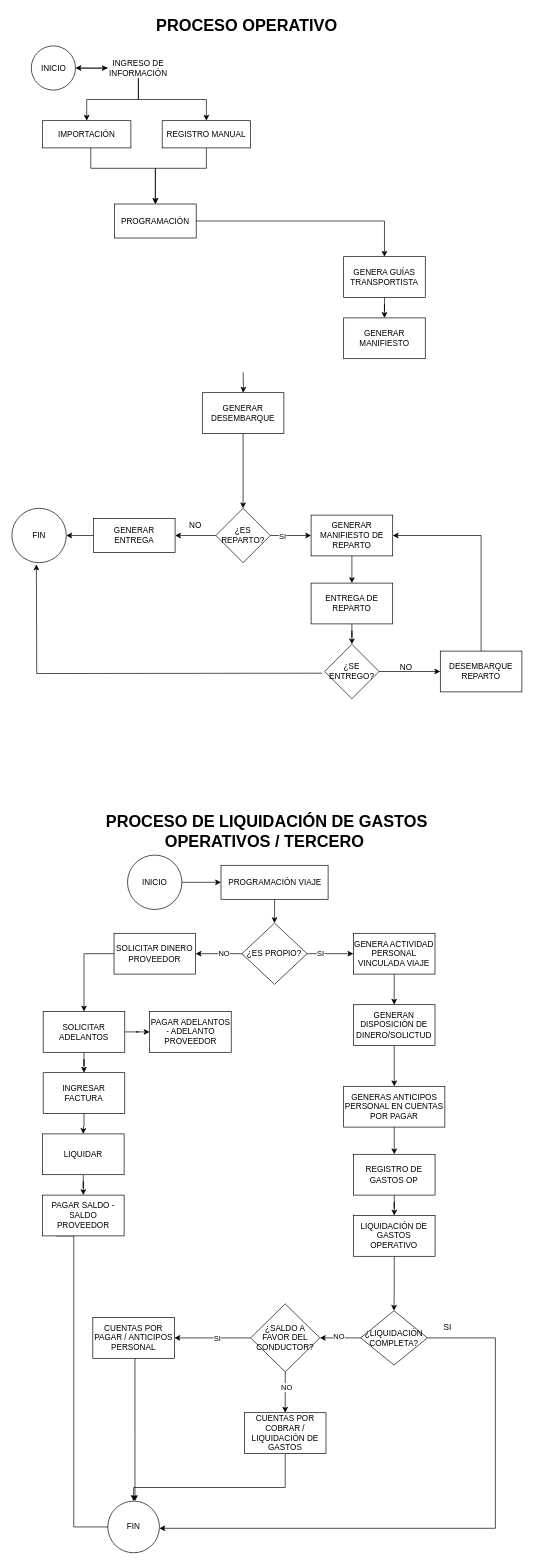
JaibeyPisco/diagramas keeps this draw.io diagram as FLUJO.drawio. Above is the earlier version. Source tidied: cells renumbered, new cells numbered last; positions are measured from the earlier drawing's top-left corner, leaving out a move shared by most shapes. Both pictures are drawn from the tidied source at 68%, with x=0, y=0 at pixel (12, 12).
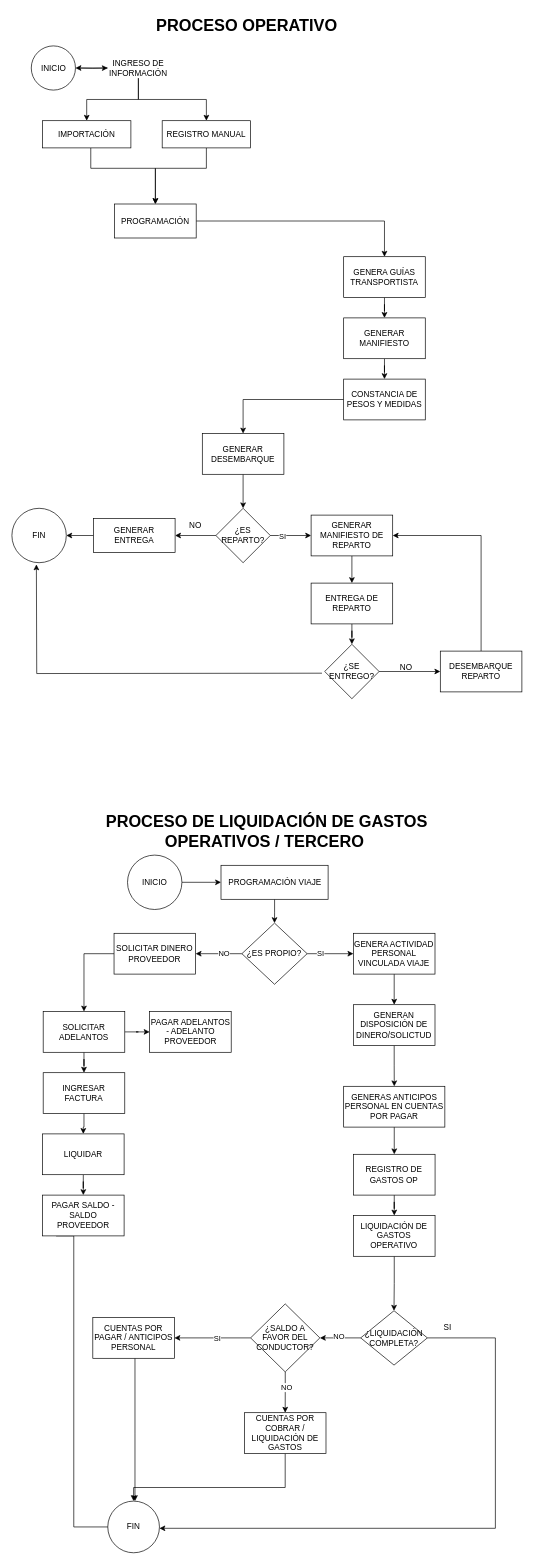
Above is the later version.

Unchanged cells that the change refers to:
```xml
<mxCell id="16" value="GENERAR MANIFIESTO" style="whiteSpace=wrap;html=1;" parent="1" vertex="1">
  <mxGeometry x="487.9" y="450" width="120" height="60" as="geometry" />
</mxCell>
```

Change to the diagram source:
```diff
@@
-    <mxCell id="15" style="edgeStyle=orthogonalEdgeStyle;rounded=0;jettySize=auto;html=1;" parent="1" edge="1" target="18">
-      <mxGeometry relative="1" as="geometry">
-        <mxPoint x="340" y="530" as="sourcePoint" />
-      </mxGeometry>
+    <mxCell id="15" style="edgeStyle=orthogonalEdgeStyle;rounded=0;jettySize=auto;html=1;exitX=0;exitY=0.5;exitDx=0;exitDy=0;" parent="1" edge="1" source="87" target="18">
+      <mxGeometry relative="1" as="geometry" />
     </mxCell>
+    <mxCell id="86" style="edgeStyle=orthogonalEdgeStyle;rounded=0;jettySize=auto;html=1;" parent="1" edge="1" source="16" target="87">
+      <mxGeometry relative="1" as="geometry" />
+    </mxCell>
@@
     <mxCell id="18" value="GENERAR DESEMBARQUE" style="whiteSpace=wrap;html=1;" parent="1" vertex="1">
-      <mxGeometry x="280" y="560" width="120" height="60" as="geometry" />
+      <mxGeometry x="280" y="620" width="120" height="60" as="geometry" />
     </mxCell>
@@
+    <mxCell id="87" value="CONSTANCIA DE PESOS Y MEDIDAS" style="whiteSpace=wrap;html=1;" parent="1" vertex="1">
+      <mxGeometry x="487.9" y="540" width="120" height="60" as="geometry" />
+    </mxCell>
```
